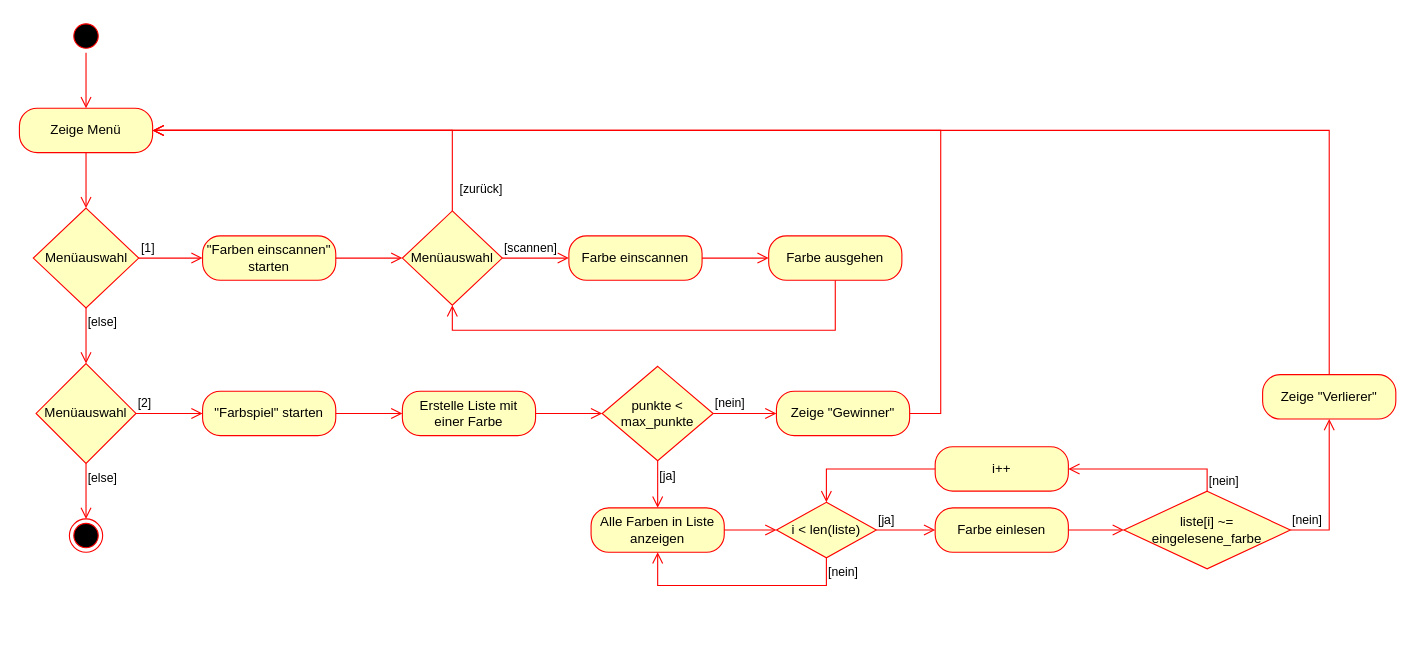
Earlier version of the draw.io diagram Diagramme/Aktivitätsdiagramm.drawio (patznanu/farberkennungsspiel). Source tidied: cells renumbered, new cells numbered last; positions are measured from the earlier drawing's top-left corner, leaving out a move shared by most shapes. Both pictures are drawn from the tidied source at 111%, with x=0, y=0 at pixel (19, 19).
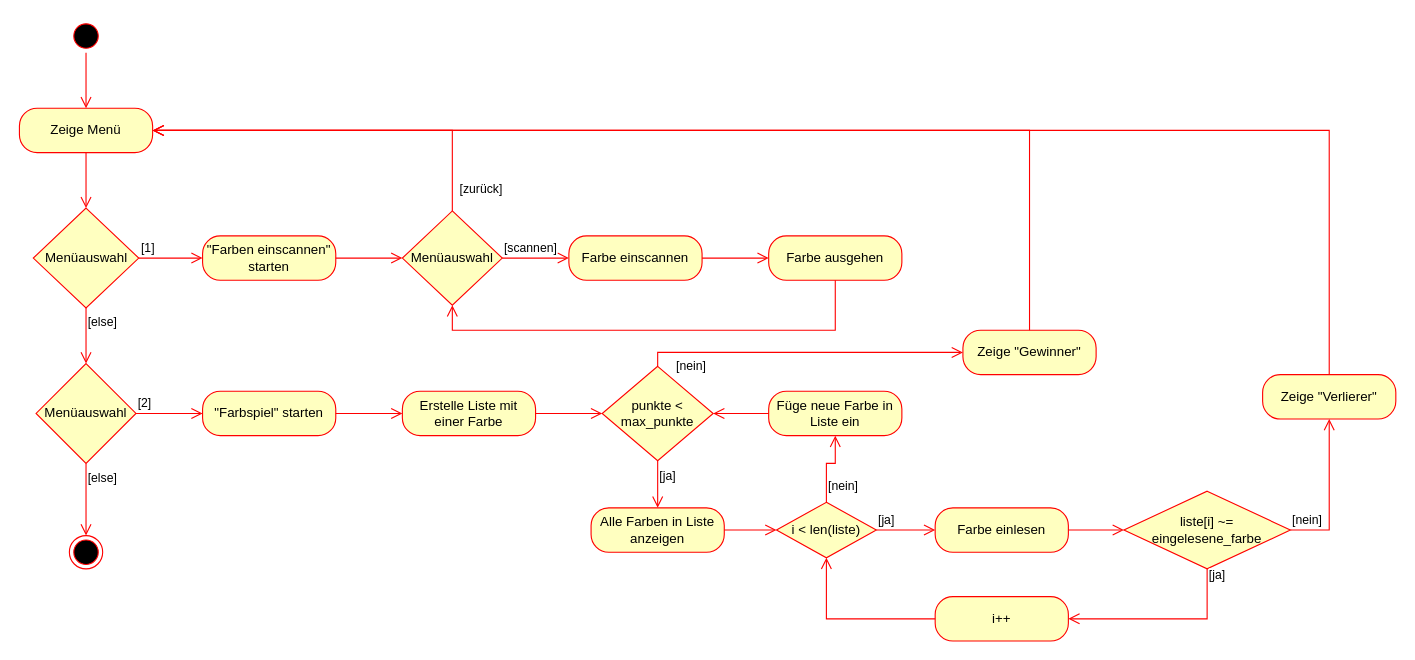
After the change.

Commit message (it also covers changes not shown here):
Diagramm angepasst

Unchanged cells that the change refers to:
```xml
<mxCell id="4" value="Zeige Menü" style="rounded=1;whiteSpace=wrap;html=1;arcSize=40;fontColor=#000000;fillColor=#ffffc0;strokeColor=#ff0000;" parent="1" vertex="1">
  <mxGeometry y="80" width="120" height="40" as="geometry" />
</mxCell>
<mxCell id="26" value="punkte &amp;lt; max_punkte" style="rhombus;whiteSpace=wrap;html=1;fontColor=#000000;fillColor=#ffffc0;strokeColor=#ff0000;" parent="1" vertex="1">
  <mxGeometry x="525" y="312.5" width="100" height="85" as="geometry" />
</mxCell>
<mxCell id="28" value="Alle Farben in Liste anzeigen" style="rounded=1;whiteSpace=wrap;html=1;arcSize=40;fontColor=#000000;fillColor=#ffffc0;strokeColor=#ff0000;" parent="1" vertex="1">
  <mxGeometry x="515" y="440" width="120" height="40" as="geometry" />
</mxCell>
<mxCell id="30" value="i &amp;lt; len(liste)" style="rhombus;whiteSpace=wrap;html=1;fontColor=#000000;fillColor=#ffffc0;strokeColor=#ff0000;" parent="1" vertex="1">
  <mxGeometry x="682" y="435" width="90" height="50" as="geometry" />
</mxCell>
<mxCell id="35" value="liste[i] ~= eingelesene_farbe" style="rhombus;whiteSpace=wrap;html=1;fontColor=#000000;fillColor=#ffffc0;strokeColor=#ff0000;" parent="1" vertex="1">
  <mxGeometry x="995" y="425" width="150" height="70" as="geometry" />
</mxCell>
```

Change to the diagram source:
```diff
@@
     <mxCell id="16" style="ellipse;html=1;shape=endState;fillColor=#000000;strokeColor=#ff0000;" parent="1" vertex="1">
-      <mxGeometry x="45" y="450" width="30" height="30" as="geometry" />
+      <mxGeometry x="45" y="465" width="30" height="30" as="geometry" />
     </mxCell>
@@
-    <mxCell id="32" value="[nein]" style="edgeStyle=orthogonalEdgeStyle;html=1;align=left;verticalAlign=top;endArrow=open;endSize=8;strokeColor=#ff0000;rounded=0;entryX=0.5;entryY=1;entryDx=0;entryDy=0;exitX=0.5;exitY=1;exitDx=0;exitDy=0;" parent="1" edge="1" source="30" target="28">
-      <mxGeometry x="-1" relative="1" as="geometry">
+    <mxCell id="32" value="[nein]" style="edgeStyle=orthogonalEdgeStyle;html=1;align=left;verticalAlign=top;endArrow=open;endSize=8;strokeColor=#ff0000;rounded=0;entryX=0.5;entryY=1;entryDx=0;entryDy=0;exitX=0.5;exitY=0;exitDx=0;exitDy=0;" parent="1" edge="1" source="30" target="45">
+      <mxGeometry x="-0.18" relative="1" as="geometry">
         <Array as="points">
-          <mxPoint x="727" y="510" />
-          <mxPoint x="575" y="510" />
+          <mxPoint x="727" y="400" />
+          <mxPoint x="735" y="400" />
         </Array>
       </mxGeometry>
     </mxCell>
@@
     <mxCell id="36" value="Zeige &quot;Gewinner&quot;" style="rounded=1;whiteSpace=wrap;html=1;arcSize=40;fontColor=#000000;fillColor=#ffffc0;strokeColor=#ff0000;" parent="1" vertex="1">
-      <mxGeometry x="682" y="335" width="120" height="40" as="geometry" />
+      <mxGeometry x="850" y="280" width="120" height="40" as="geometry" />
     </mxCell>
-    <mxCell id="37" style="edgeStyle=orthogonalEdgeStyle;html=1;verticalAlign=bottom;endArrow=open;endSize=8;strokeColor=#ff0000;rounded=0;entryX=1;entryY=0.5;entryDx=0;entryDy=0;" parent="1" edge="1" source="36" target="4">
+    <mxCell id="37" style="edgeStyle=orthogonalEdgeStyle;html=1;verticalAlign=bottom;endArrow=open;endSize=8;strokeColor=#ff0000;rounded=0;entryX=1;entryY=0.5;entryDx=0;entryDy=0;exitX=0.5;exitY=0;exitDx=0;exitDy=0;" parent="1" edge="1" source="36" target="4">
       <mxGeometry relative="1" as="geometry">
         <Array as="points">
-          <mxPoint x="830" y="355" />
-          <mxPoint x="830" y="100" />
+          <mxPoint x="910" y="100" />
         </Array>
       </mxGeometry>
     </mxCell>
-    <mxCell id="38" value="[nein]" style="edgeStyle=orthogonalEdgeStyle;html=1;align=left;verticalAlign=bottom;endArrow=open;endSize=8;strokeColor=#ff0000;rounded=0;exitX=1;exitY=0.5;exitDx=0;exitDy=0;" parent="1" edge="1" source="26" target="36">
-      <mxGeometry x="-1" relative="1" as="geometry" />
+    <mxCell id="38" value="[nein]" style="edgeStyle=orthogonalEdgeStyle;html=1;align=left;verticalAlign=bottom;endArrow=open;endSize=8;strokeColor=#ff0000;rounded=0;exitX=0.5;exitY=0;exitDx=0;exitDy=0;" parent="1" edge="1" source="26" target="36">
+      <mxGeometry x="-1" y="-17" relative="1" as="geometry">
+        <mxPoint x="-2" y="8" as="offset" />
+      </mxGeometry>
     </mxCell>
@@
     <mxCell id="42" value="i++" style="rounded=1;whiteSpace=wrap;html=1;arcSize=40;fontColor=#000000;fillColor=#ffffc0;strokeColor=#ff0000;" parent="1" vertex="1">
-      <mxGeometry x="825" y="385" width="120" height="40" as="geometry" />
+      <mxGeometry x="825" y="520" width="120" height="40" as="geometry" />
     </mxCell>
-    <mxCell id="43" style="edgeStyle=orthogonalEdgeStyle;html=1;verticalAlign=bottom;endArrow=open;endSize=8;strokeColor=#ff0000;rounded=0;entryX=0.5;entryY=0;entryDx=0;entryDy=0;" parent="1" edge="1" source="42" target="30">
+    <mxCell id="43" style="edgeStyle=orthogonalEdgeStyle;html=1;verticalAlign=bottom;endArrow=open;endSize=8;strokeColor=#ff0000;rounded=0;entryX=0.5;entryY=1;entryDx=0;entryDy=0;" parent="1" edge="1" source="42" target="30">
       <mxGeometry relative="1" as="geometry" />
     </mxCell>
-    <mxCell id="44" value="[nein]" style="edgeStyle=orthogonalEdgeStyle;html=1;align=left;verticalAlign=bottom;endArrow=open;endSize=8;strokeColor=#ff0000;rounded=0;exitX=0.5;exitY=0;exitDx=0;exitDy=0;entryX=1;entryY=0.5;entryDx=0;entryDy=0;" parent="1" edge="1" source="35" target="42">
-      <mxGeometry x="-1" relative="1" as="geometry" />
+    <mxCell id="44" value="[ja]" style="edgeStyle=orthogonalEdgeStyle;html=1;align=left;verticalAlign=bottom;endArrow=open;endSize=8;strokeColor=#ff0000;rounded=0;exitX=0.5;exitY=1;exitDx=0;exitDy=0;entryX=1;entryY=0.5;entryDx=0;entryDy=0;" parent="1" edge="1" source="35" target="42">
+      <mxGeometry x="-0.82" relative="1" as="geometry" />
     </mxCell>
+    <mxCell id="45" value="Füge neue Farbe in Liste ein" style="rounded=1;whiteSpace=wrap;html=1;arcSize=40;fontColor=#000000;fillColor=#ffffc0;strokeColor=#ff0000;" parent="1" vertex="1">
+      <mxGeometry x="675" y="335" width="120" height="40" as="geometry" />
+    </mxCell>
+    <mxCell id="46" style="edgeStyle=orthogonalEdgeStyle;html=1;verticalAlign=bottom;endArrow=open;endSize=8;strokeColor=#ff0000;rounded=0;entryX=1;entryY=0.5;entryDx=0;entryDy=0;exitX=0;exitY=0.5;exitDx=0;exitDy=0;" parent="1" edge="1" source="45" target="26">
+      <mxGeometry relative="1" as="geometry" />
+    </mxCell>
```
